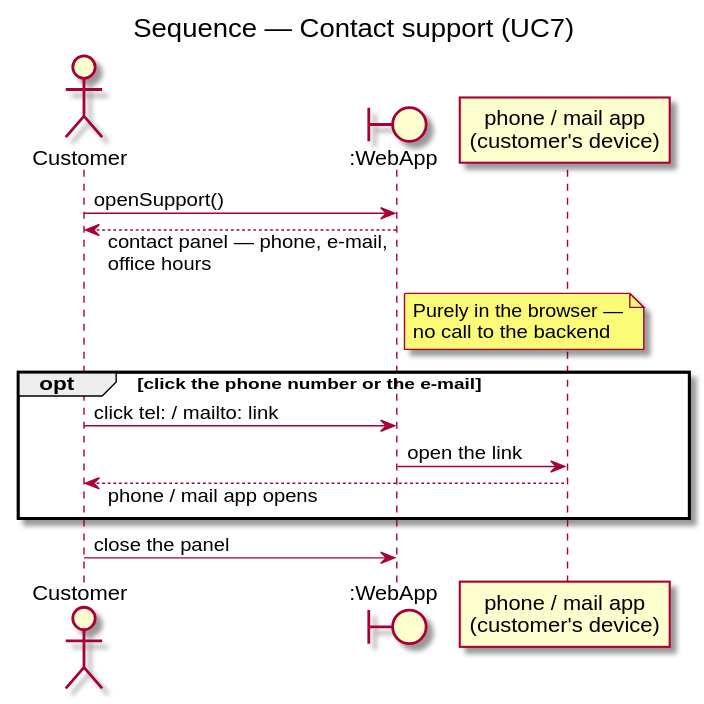
The PlantUML diagram docs/diagrams/sequence-contact-support.svg in DavidMagyarics/CarRentalVSB, before a commit.
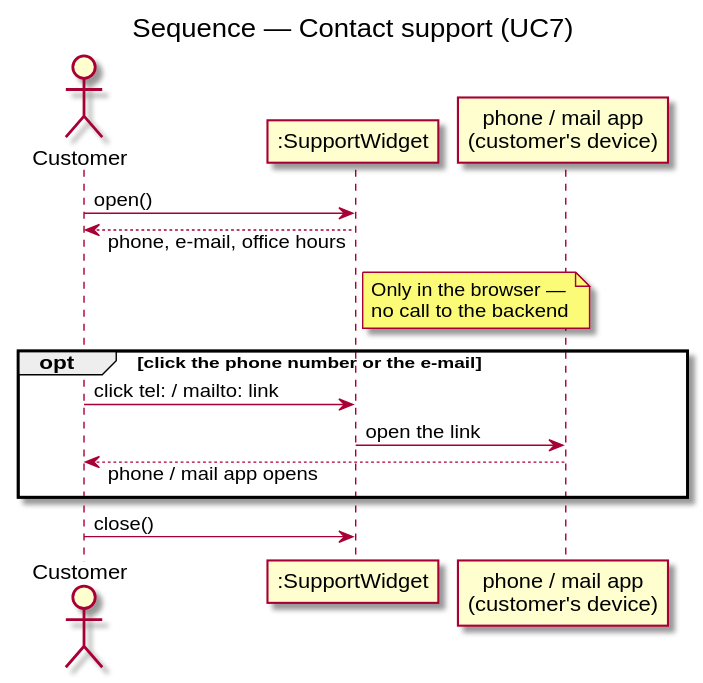
The same diagram one commit later.

Diff of the diagram source:
```diff
@@ -4,21 +4,21 @@
 skinparam maxMessageSize 260
 title Sequence — Contact support (UC7)
 actor Customer
-boundary ":WebApp" as Web
+participant ":SupportWidget" as W
 participant "phone / mail app\n(customer's device)" as Device
 
-Customer -> Web : openSupport()
-Web --> Customer : contact panel — phone, e-mail,\noffice hours
-note right of Web
-  Purely in the browser —
+Customer -> W : open()
+W --> Customer : phone, e-mail, office hours
+note right of W
+  Only in the browser —
   no call to the backend
 end note
 
 opt click the phone number or the e-mail
-  Customer -> Web : click tel: / mailto: link
-  Web -> Device : open the link
+  Customer -> W : click tel: / mailto: link
+  W -> Device : open the link
   Device --> Customer : phone / mail app opens
 end
 
-Customer -> Web : close the panel
+Customer -> W : close()
 @enduml
```
